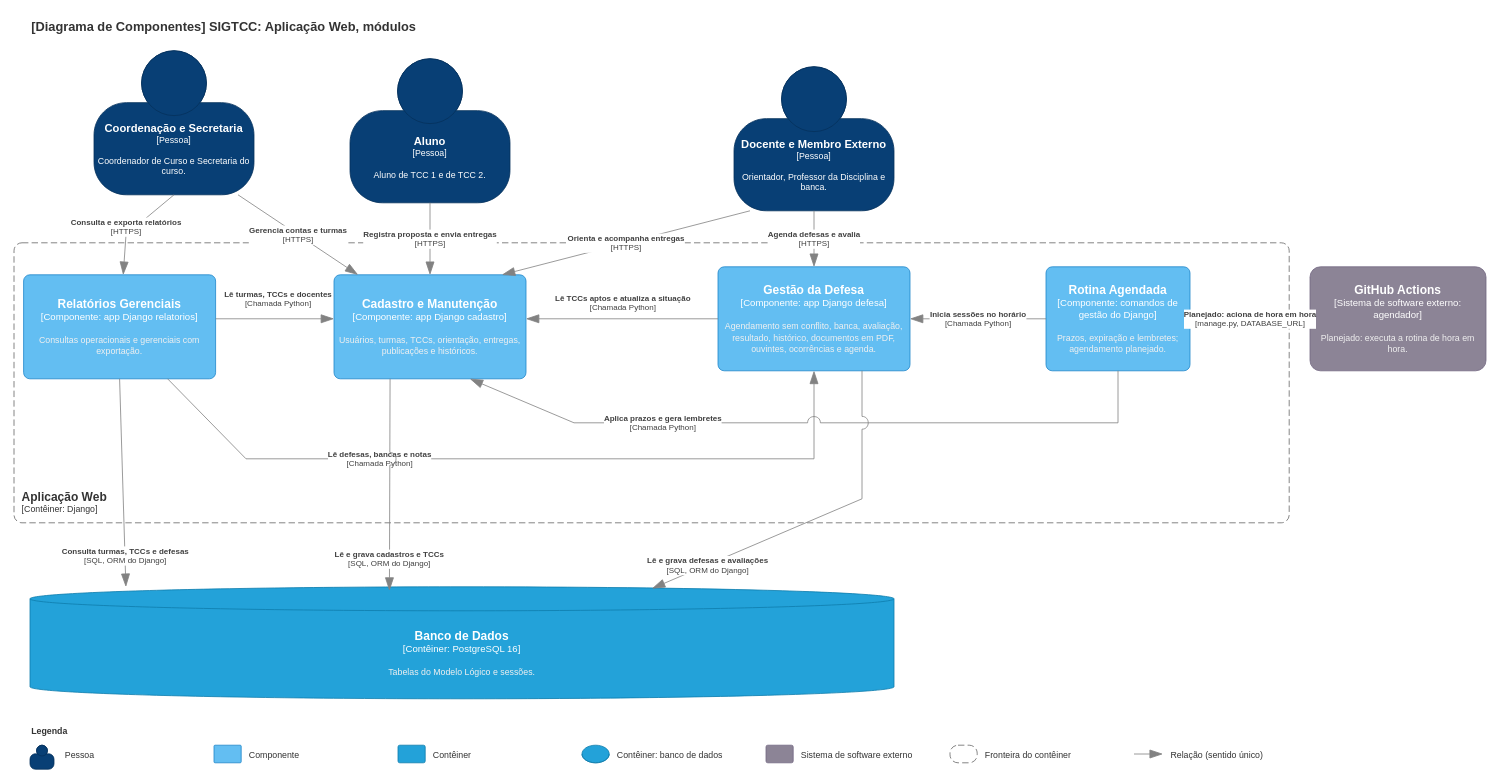
Above: page "Componentes: módulos" (1 of 2) of docs/arquitetura/Componentes_SIGTCC.drawio in celiobenj/SIGTCC (draw.io), before the change. Source tidied: cells renumbered, new cells numbered last; positions are measured from the earlier drawing's top-left corner, leaving out a move shared by most shapes. Both pictures are drawn from the tidied source at 80%, with x=0, y=0 at pixel (14, 14).
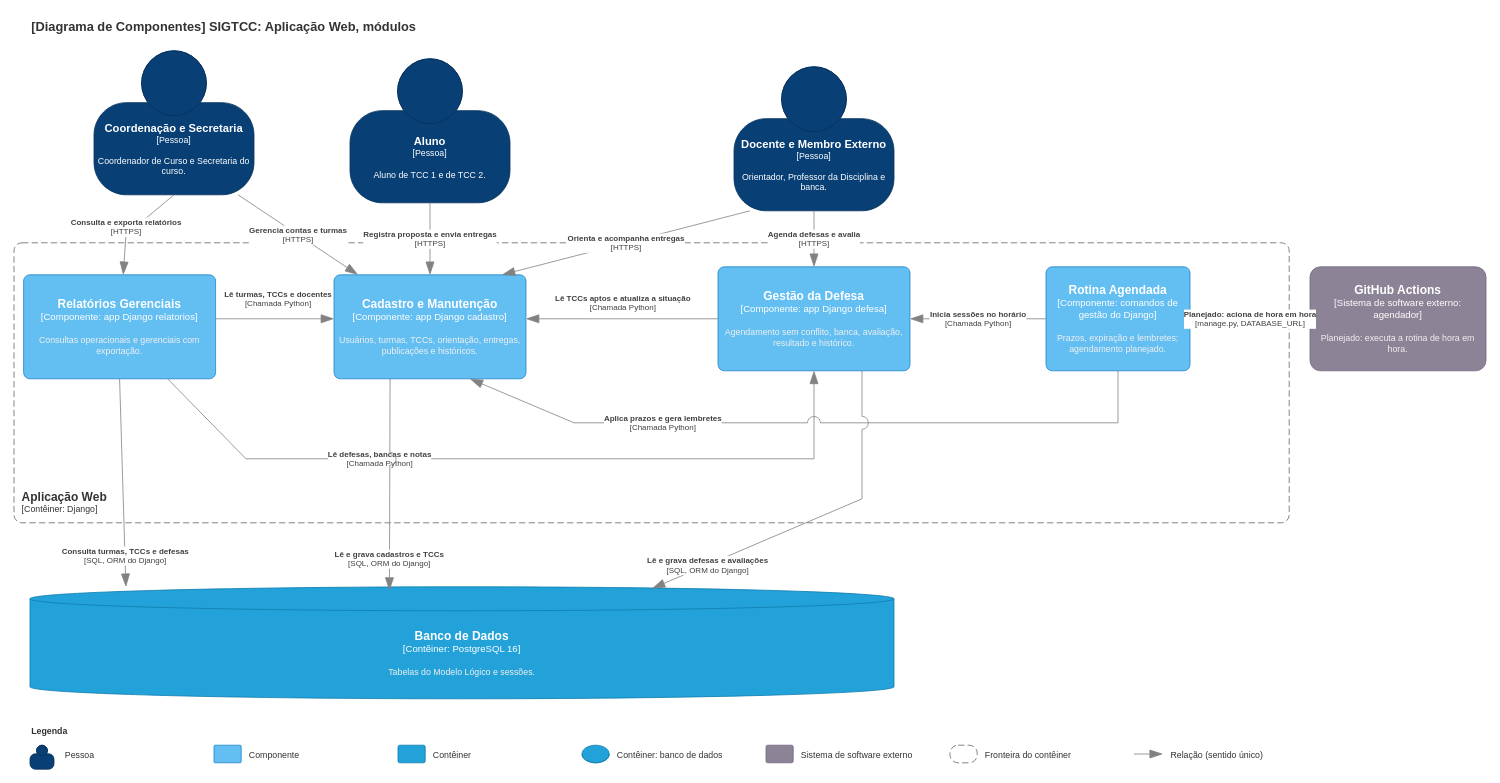
The same page after the edit.

The edit, as a diff of the source:
```diff
@@
-    <mxCell id="9" value="&lt;font style=&quot;font-size:15px&quot;&gt;&lt;b&gt;Gestão da Defesa&lt;/b&gt;&lt;/font&gt;&lt;div&gt;[Componente: app Django defesa]&lt;/div&gt;&lt;br&gt;&lt;div&gt;&lt;font style=&quot;font-size:11px&quot; color=&quot;#F0F0F0&quot;&gt;Agendamento sem conflito, banca, avaliação, resultado, histórico, documentos em PDF, ouvintes, ocorrências e agenda.&lt;/font&gt;&lt;/div&gt;" style="rounded=1;whiteSpace=wrap;html=1;labelBackgroundColor=none;fillColor=#63BEF2;fontColor=#ffffff;align=center;arcSize=6;strokeColor=#2086C9;" parent="1" vertex="1">
+    <mxCell id="9" value="&lt;font style=&quot;font-size:15px&quot;&gt;&lt;b&gt;Gestão da Defesa&lt;/b&gt;&lt;/font&gt;&lt;div&gt;[Componente: app Django defesa]&lt;/div&gt;&lt;br&gt;&lt;div&gt;&lt;font style=&quot;font-size:11px&quot; color=&quot;#F0F0F0&quot;&gt;Agendamento sem conflito, banca, avaliação, resultado e histórico.&lt;/font&gt;&lt;/div&gt;" style="rounded=1;whiteSpace=wrap;html=1;labelBackgroundColor=none;fillColor=#63BEF2;fontColor=#ffffff;align=center;arcSize=6;strokeColor=#2086C9;" parent="1" vertex="1">
       <mxGeometry x="880" y="316" width="240" height="130" as="geometry" />
     </mxCell>
```
